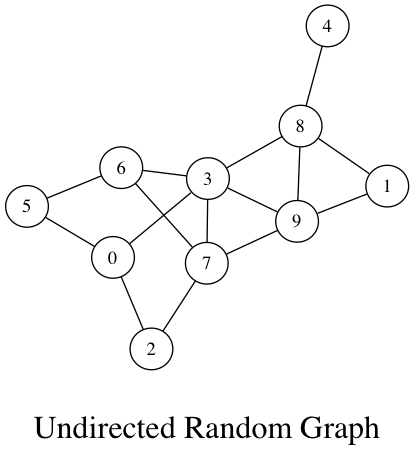
Earlier version of the Graphviz export SNAP_simple_test/graph_rdm_undirected.png (ThibaultLatrille/ComplexNetwork). Its source is kept beside it as SNAP_simple_test/graph_rdm_undirected.dot. Its diagram source:
```dot
/*****
Undirected Random Graph
*****/

graph G {
  graph [splines=false overlap=false]
  node  [shape=ellipse, width=0.3, height=0.3]
  0 ;
  1 ;
  2 ;
  3 ;
  4 ;
  5 ;
  6 ;
  7 ;
  8 ;
  9 ;
  0 -- 2;
  0 -- 3;
  0 -- 5;
  1 -- 8;
  1 -- 9;
  2 -- 7;
  3 -- 6;
  3 -- 7;
  3 -- 8;
  3 -- 9;
  4 -- 8;
  5 -- 6;
  6 -- 7;
  7 -- 9;
  8 -- 9;
  label = "\nUndirected Random Graph\n";  fontsize=24;
}
```
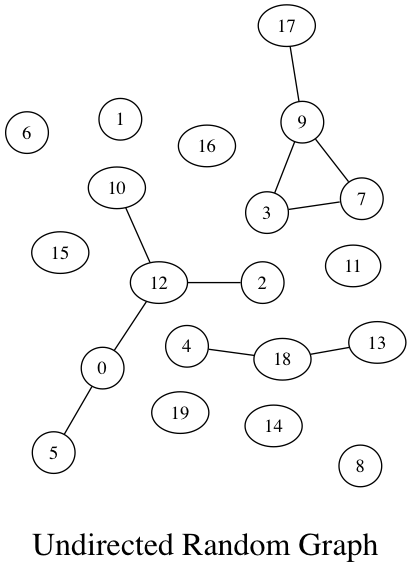
After the commit.

Change to the diagram source:
```diff
@@ -15,20 +15,33 @@
   7 ;
   8 ;
   9 ;
-  0 -- 2;
-  0 -- 3;
+  10 ;
+  11 ;
+  12 ;
+  13 ;
+  14 ;
+  15 ;
+  16 ;
+  17 ;
+  18 ;
+  19 ;
   0 -- 5;
-  1 -- 8;
-  1 -- 9;
-  2 -- 7;
-  3 -- 6;
+  0 -- 12;
+1;
+  2 -- 12;
   3 -- 7;
-  3 -- 8;
   3 -- 9;
-  4 -- 8;
-  5 -- 6;
-  6 -- 7;
+  4 -- 18;
+6;
   7 -- 9;
-  8 -- 9;
+8;
+  9 -- 17;
+  10 -- 12;
+11;
+  13 -- 18;
+14;
+15;
+16;
+19;
   label = "\nUndirected Random Graph\n";  fontsize=24;
 }
```
